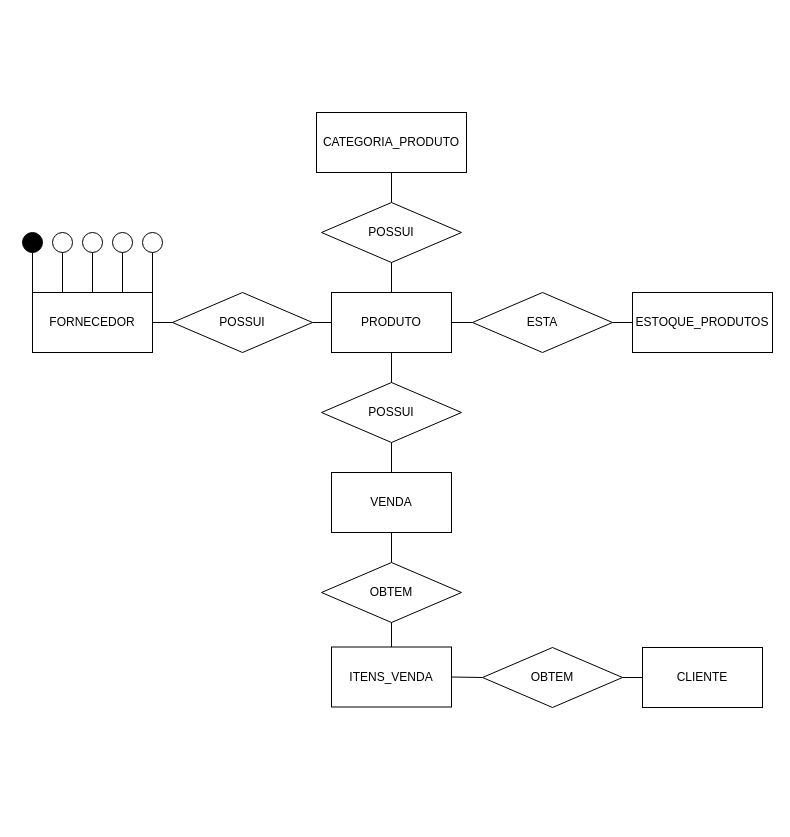
Before: Diagrama sem nome.drawio in Thiago163/Mundo_verde, a draw.io diagram. Source tidied: cells renumbered, new cells numbered last; positions are measured from the earlier drawing's top-left corner, leaving out a move shared by most shapes. Both pictures are drawn from the tidied source at 100%, with x=0, y=0 at pixel (22, 112).
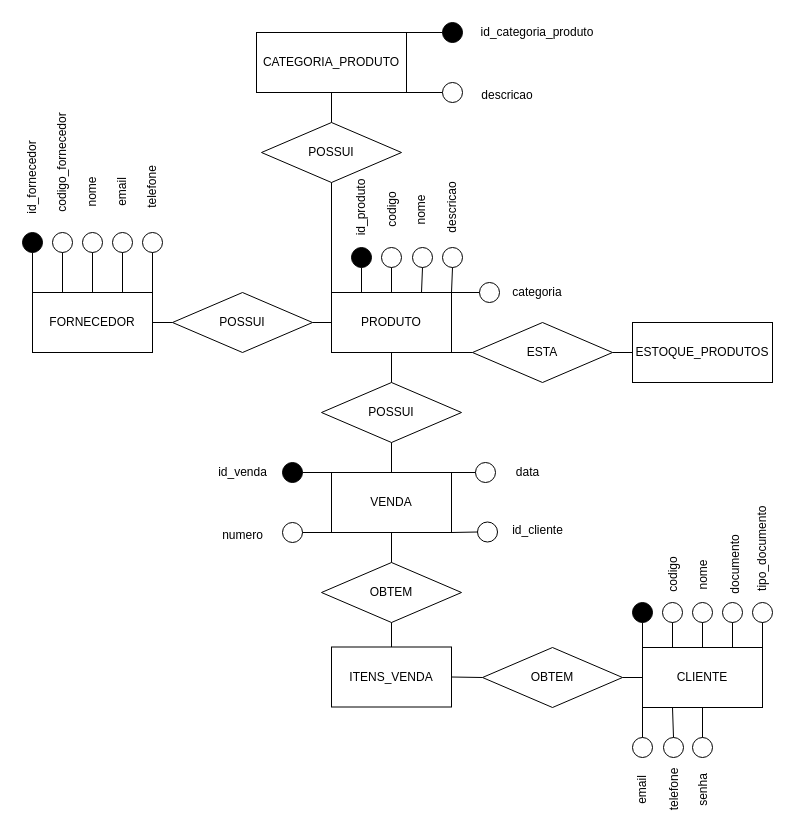
After the change.

The change refers to these unchanged cells:
```xml
<mxCell id="3" value="PRODUTO" style="rounded=0;whiteSpace=wrap;html=1;" parent="1" vertex="1">
  <mxGeometry x="309" y="180" width="120" height="60" as="geometry" />
</mxCell>
<mxCell id="4" value="CLIENTE" style="rounded=0;whiteSpace=wrap;html=1;" parent="1" vertex="1">
  <mxGeometry x="620" y="535" width="120" height="60" as="geometry" />
</mxCell>
<mxCell id="5" value="VENDA" style="rounded=0;whiteSpace=wrap;html=1;" parent="1" vertex="1">
  <mxGeometry x="309" y="360" width="120" height="60" as="geometry" />
</mxCell>
```

Change to the diagram source:
```diff
@@
     <mxCell id="7" value="ESTOQUE_PRODUTOS" style="rounded=0;whiteSpace=wrap;html=1;" parent="1" vertex="1">
-      <mxGeometry x="610" y="180" width="140" height="60" as="geometry" />
+      <mxGeometry x="610" y="210" width="140" height="60" as="geometry" />
     </mxCell>
     <mxCell id="8" value="CATEGORIA_PRODUTO" style="rounded=0;whiteSpace=wrap;html=1;" parent="1" vertex="1">
-      <mxGeometry x="294" width="150" height="60" as="geometry" />
+      <mxGeometry x="234" y="-80" width="150" height="60" as="geometry" />
     </mxCell>
     <mxCell id="9" value="POSSUI" style="rhombus;whiteSpace=wrap;html=1;" parent="1" vertex="1">
-      <mxGeometry x="299" y="90" width="140" height="60" as="geometry" />
+      <mxGeometry x="239" y="10" width="140" height="60" as="geometry" />
     </mxCell>
@@
     <mxCell id="12" value="ESTA" style="rhombus;whiteSpace=wrap;html=1;" parent="1" vertex="1">
-      <mxGeometry x="450" y="180" width="140" height="60" as="geometry" />
+      <mxGeometry x="450" y="210" width="140" height="60" as="geometry" />
     </mxCell>
@@
     <mxCell id="15" style="endArrow=none;html=1;rounded=0;entryX=0.5;entryY=1;entryDx=0;entryDy=0;" parent="1" edge="1" target="8">
       <mxGeometry relative="1" as="geometry">
-        <mxPoint x="369" y="90" as="sourcePoint" />
+        <mxPoint x="309" y="10" as="sourcePoint" />
       </mxGeometry>
     </mxCell>
-    <mxCell id="16" style="endArrow=none;html=1;rounded=0;entryX=0.5;entryY=1;entryDx=0;entryDy=0;exitX=0.5;exitY=0;exitDx=0;exitDy=0;" parent="1" edge="1" source="3" target="9">
-      <mxGeometry relative="1" as="geometry" />
-    </mxCell>
@@
-    <mxCell id="26" style="endArrow=none;html=1;rounded=0;exitX=1;exitY=0.5;exitDx=0;exitDy=0;entryX=0;entryY=0.5;entryDx=0;entryDy=0;" parent="1" edge="1" source="3" target="12">
-      <mxGeometry relative="1" as="geometry" />
-    </mxCell>
@@
+    <mxCell id="37" value="id_fornecedor" style="text;html=1;align=center;verticalAlign=middle;whiteSpace=wrap;rounded=0;rotation=-90;" parent="1" vertex="1">
+      <mxGeometry x="-30" y="50" width="80" height="30" as="geometry" />
+    </mxCell>
+    <mxCell id="38" value="codigo_fornecedor" style="text;html=1;align=center;verticalAlign=middle;whiteSpace=wrap;rounded=0;rotation=-90;" parent="1" vertex="1">
+      <mxGeometry x="-15" y="35" width="110" height="30" as="geometry" />
+    </mxCell>
+    <mxCell id="39" value="nome" style="text;html=1;align=center;verticalAlign=middle;whiteSpace=wrap;rounded=0;rotation=-90;" parent="1" vertex="1">
+      <mxGeometry x="42.5" y="65" width="55" height="30" as="geometry" />
+    </mxCell>
+    <mxCell id="40" value="email" style="text;html=1;align=center;verticalAlign=middle;whiteSpace=wrap;rounded=0;rotation=-90;" parent="1" vertex="1">
+      <mxGeometry x="72.5" y="65" width="55" height="30" as="geometry" />
+    </mxCell>
+    <mxCell id="41" value="telefone" style="text;html=1;align=center;verticalAlign=middle;whiteSpace=wrap;rounded=0;rotation=-90;" parent="1" vertex="1">
+      <mxGeometry x="102.5" y="60" width="55" height="30" as="geometry" />
+    </mxCell>
+    <mxCell id="42" style="ellipse;BlackSpace=wrap;html=1;fillColor=#000000;" parent="1" vertex="1">
+      <mxGeometry x="420" y="-90" width="20" height="20" as="geometry" />
+    </mxCell>
+    <mxCell id="43" style="ellipse;whiteSpace=wrap;html=1;" parent="1" vertex="1">
+      <mxGeometry x="420" y="-30" width="20" height="20" as="geometry" />
+    </mxCell>
+    <mxCell id="44" style="endArrow=none;html=1;rounded=0;exitX=0;exitY=0.5;exitDx=0;exitDy=0;entryX=1;entryY=0;entryDx=0;entryDy=0;" parent="1" edge="1" source="42" target="8">
+      <mxGeometry relative="1" as="geometry" />
+    </mxCell>
+    <mxCell id="45" style="endArrow=none;html=1;rounded=0;exitX=1;exitY=1;exitDx=0;exitDy=0;entryX=0;entryY=0.5;entryDx=0;entryDy=0;" parent="1" edge="1" source="8" target="43">
+      <mxGeometry relative="1" as="geometry" />
+    </mxCell>
+    <mxCell id="46" value="id_categoria_produto" style="text;html=1;align=center;verticalAlign=middle;whiteSpace=wrap;rounded=0;" parent="1" vertex="1">
+      <mxGeometry x="450" y="-95" width="130" height="30" as="geometry" />
+    </mxCell>
+    <mxCell id="47" value="descricao" style="text;html=1;align=center;verticalAlign=middle;whiteSpace=wrap;rounded=0;" parent="1" vertex="1">
+      <mxGeometry x="440" y="-30" width="90" height="25" as="geometry" />
+    </mxCell>
+    <mxCell id="16" style="endArrow=none;html=1;rounded=0;entryX=0.5;entryY=1;entryDx=0;entryDy=0;exitX=0;exitY=0;exitDx=0;exitDy=0;" parent="1" edge="1" source="3" target="9">
+      <mxGeometry relative="1" as="geometry" />
+    </mxCell>
+    <mxCell id="48" style="ellipse;BlackSpace=wrap;html=1;fillColor=#000000;" parent="1" vertex="1">
+      <mxGeometry x="329" y="135" width="20" height="20" as="geometry" />
+    </mxCell>
+    <mxCell id="49" style="endArrow=none;html=1;rounded=0;entryX=0.5;entryY=1;entryDx=0;entryDy=0;exitX=0.25;exitY=0;exitDx=0;exitDy=0;" parent="1" edge="1" source="3" target="48">
+      <mxGeometry relative="1" as="geometry" />
+    </mxCell>
+    <mxCell id="50" style="ellipse;whiteSpace=wrap;html=1;" parent="1" vertex="1">
+      <mxGeometry x="359" y="135" width="20" height="20" as="geometry" />
+    </mxCell>
+    <mxCell id="51" style="endArrow=none;html=1;rounded=0;entryX=0.5;entryY=1;entryDx=0;entryDy=0;exitX=0.5;exitY=0;exitDx=0;exitDy=0;" parent="1" edge="1" source="3" target="50">
+      <mxGeometry relative="1" as="geometry" />
+    </mxCell>
+    <mxCell id="52" style="ellipse;whiteSpace=wrap;html=1;" parent="1" vertex="1">
+      <mxGeometry x="390" y="135" width="20" height="20" as="geometry" />
+    </mxCell>
+    <mxCell id="53" style="endArrow=none;html=1;rounded=0;entryX=0.5;entryY=1;entryDx=0;entryDy=0;exitX=0.75;exitY=0;exitDx=0;exitDy=0;" parent="1" edge="1" source="3" target="52">
+      <mxGeometry relative="1" as="geometry" />
+    </mxCell>
+    <mxCell id="54" style="ellipse;whiteSpace=wrap;html=1;" parent="1" vertex="1">
+      <mxGeometry x="420" y="135" width="20" height="20" as="geometry" />
+    </mxCell>
+    <mxCell id="55" style="endArrow=none;html=1;rounded=0;entryX=0.5;entryY=1;entryDx=0;entryDy=0;exitX=1;exitY=0;exitDx=0;exitDy=0;" parent="1" edge="1" source="3" target="54">
+      <mxGeometry relative="1" as="geometry" />
+    </mxCell>
+    <mxCell id="56" value="id_produto" style="text;html=1;align=center;verticalAlign=middle;whiteSpace=wrap;rounded=0;rotation=-90;" parent="1" vertex="1">
+      <mxGeometry x="299" y="80" width="80" height="30" as="geometry" />
+    </mxCell>
+    <mxCell id="57" value="codigo" style="text;html=1;align=center;verticalAlign=middle;whiteSpace=wrap;rounded=0;rotation=-90;" parent="1" vertex="1">
+      <mxGeometry x="338.5" y="85" width="61" height="25" as="geometry" />
+    </mxCell>
+    <mxCell id="58" value="nome" style="text;html=1;align=center;verticalAlign=middle;whiteSpace=wrap;rounded=0;rotation=-90;" parent="1" vertex="1">
+      <mxGeometry x="368" y="85" width="61" height="25" as="geometry" />
+    </mxCell>
+    <mxCell id="59" value="descricao" style="text;html=1;align=center;verticalAlign=middle;whiteSpace=wrap;rounded=0;rotation=-90;" parent="1" vertex="1">
+      <mxGeometry x="399" y="82.5" width="61" height="25" as="geometry" />
+    </mxCell>
+    <mxCell id="26" style="endArrow=none;html=1;rounded=0;entryX=0;entryY=0.5;entryDx=0;entryDy=0;exitX=1;exitY=1;exitDx=0;exitDy=0;" parent="1" edge="1" source="3" target="12">
+      <mxGeometry relative="1" as="geometry" />
+    </mxCell>
+    <mxCell id="60" style="ellipse;whiteSpace=wrap;html=1;" parent="1" vertex="1">
+      <mxGeometry x="457" y="170" width="20" height="20" as="geometry" />
+    </mxCell>
+    <mxCell id="61" style="endArrow=none;html=1;rounded=0;entryX=0;entryY=0.5;entryDx=0;entryDy=0;exitX=1;exitY=0;exitDx=0;exitDy=0;" parent="1" edge="1" source="3" target="60">
+      <mxGeometry relative="1" as="geometry" />
+    </mxCell>
+    <mxCell id="62" value="categoria" style="text;html=1;align=center;verticalAlign=middle;whiteSpace=wrap;rounded=0;" parent="1" vertex="1">
+      <mxGeometry x="470" y="167.5" width="90" height="25" as="geometry" />
+    </mxCell>
+    <mxCell id="63" style="ellipse;BlackSpace=wrap;html=1;fillColor=#000000;" parent="1" vertex="1">
+      <mxGeometry x="610" y="490" width="20" height="20" as="geometry" />
+    </mxCell>
+    <mxCell id="64" style="ellipse;whiteSpace=wrap;html=1;" parent="1" vertex="1">
+      <mxGeometry x="640" y="490" width="20" height="20" as="geometry" />
+    </mxCell>
+    <mxCell id="65" value="id_venda" style="text;html=1;align=center;verticalAlign=middle;whiteSpace=wrap;rounded=0;rotation=0;" parent="1" vertex="1">
+      <mxGeometry x="189.5" y="347.5" width="61" height="25" as="geometry" />
+    </mxCell>
+    <mxCell id="66" style="endArrow=none;html=1;rounded=0;exitX=0;exitY=0;exitDx=0;exitDy=0;entryX=0.5;entryY=1;entryDx=0;entryDy=0;" parent="1" edge="1" source="4" target="63">
+      <mxGeometry relative="1" as="geometry" />
+    </mxCell>
+    <mxCell id="67" style="endArrow=none;html=1;rounded=0;entryX=0.5;entryY=1;entryDx=0;entryDy=0;exitX=0.25;exitY=0;exitDx=0;exitDy=0;" parent="1" edge="1" source="4" target="64">
+      <mxGeometry relative="1" as="geometry" />
+    </mxCell>
+    <mxCell id="68" value="codigo" style="text;html=1;align=center;verticalAlign=middle;whiteSpace=wrap;rounded=0;rotation=-90;" parent="1" vertex="1">
+      <mxGeometry x="619.5" y="450" width="61" height="25" as="geometry" />
+    </mxCell>
+    <mxCell id="69" style="ellipse;whiteSpace=wrap;html=1;" parent="1" vertex="1">
+      <mxGeometry x="670" y="490" width="20" height="20" as="geometry" />
+    </mxCell>
+    <mxCell id="70" style="endArrow=none;html=1;rounded=0;entryX=0.5;entryY=1;entryDx=0;entryDy=0;exitX=0.5;exitY=0;exitDx=0;exitDy=0;" parent="1" edge="1" source="4" target="69">
+      <mxGeometry relative="1" as="geometry" />
+    </mxCell>
+    <mxCell id="71" style="ellipse;whiteSpace=wrap;html=1;" parent="1" vertex="1">
+      <mxGeometry x="700" y="490" width="20" height="20" as="geometry" />
+    </mxCell>
+    <mxCell id="72" style="endArrow=none;html=1;rounded=0;entryX=0.5;entryY=1;entryDx=0;entryDy=0;exitX=0.75;exitY=0;exitDx=0;exitDy=0;" parent="1" edge="1" source="4" target="71">
+      <mxGeometry relative="1" as="geometry" />
+    </mxCell>
+    <mxCell id="73" style="ellipse;whiteSpace=wrap;html=1;" parent="1" vertex="1">
+      <mxGeometry x="730" y="490" width="20" height="20" as="geometry" />
+    </mxCell>
+    <mxCell id="74" style="endArrow=none;html=1;rounded=0;entryX=0.5;entryY=1;entryDx=0;entryDy=0;exitX=1;exitY=0;exitDx=0;exitDy=0;" parent="1" edge="1" source="4" target="73">
+      <mxGeometry relative="1" as="geometry" />
+    </mxCell>
+    <mxCell id="75" style="ellipse;whiteSpace=wrap;html=1;" parent="1" vertex="1">
+      <mxGeometry x="610" y="625" width="20" height="20" as="geometry" />
+    </mxCell>
+    <mxCell id="76" style="ellipse;whiteSpace=wrap;html=1;" parent="1" vertex="1">
+      <mxGeometry x="641" y="625" width="20" height="20" as="geometry" />
+    </mxCell>
+    <mxCell id="77" style="endArrow=none;html=1;rounded=0;entryX=0;entryY=1;entryDx=0;entryDy=0;exitX=0.5;exitY=0;exitDx=0;exitDy=0;" parent="1" edge="1" source="75" target="4">
+      <mxGeometry relative="1" as="geometry" />
+    </mxCell>
+    <mxCell id="78" style="endArrow=none;html=1;rounded=0;entryX=0.25;entryY=1;entryDx=0;entryDy=0;exitX=0.5;exitY=0;exitDx=0;exitDy=0;" parent="1" edge="1" source="76" target="4">
+      <mxGeometry relative="1" as="geometry" />
+    </mxCell>
+    <mxCell id="79" value="nome" style="text;html=1;align=center;verticalAlign=middle;whiteSpace=wrap;rounded=0;rotation=-90;" parent="1" vertex="1">
+      <mxGeometry x="650" y="450" width="61" height="25" as="geometry" />
+    </mxCell>
+    <mxCell id="80" value="documento" style="text;html=1;align=center;verticalAlign=middle;whiteSpace=wrap;rounded=0;rotation=-90;" parent="1" vertex="1">
+      <mxGeometry x="671.5" y="442.5" width="81" height="20" as="geometry" />
+    </mxCell>
+    <mxCell id="81" value="tipo_documento" style="text;html=1;align=center;verticalAlign=middle;whiteSpace=wrap;rounded=0;rotation=-90;" parent="1" vertex="1">
+      <mxGeometry x="690" y="427.5" width="100" height="17.5" as="geometry" />
+    </mxCell>
+    <mxCell id="82" value="email" style="text;html=1;align=center;verticalAlign=middle;whiteSpace=wrap;rounded=0;rotation=-90;" parent="1" vertex="1">
+      <mxGeometry x="589" y="665" width="61" height="25" as="geometry" />
+    </mxCell>
+    <mxCell id="83" value="telefone" style="text;html=1;align=center;verticalAlign=middle;whiteSpace=wrap;rounded=0;rotation=-90;" parent="1" vertex="1">
+      <mxGeometry x="620.5" y="665" width="61" height="25" as="geometry" />
+    </mxCell>
+    <mxCell id="84" style="ellipse;whiteSpace=wrap;html=1;" parent="1" vertex="1">
+      <mxGeometry x="670" y="625" width="20" height="20" as="geometry" />
+    </mxCell>
+    <mxCell id="85" style="endArrow=none;html=1;rounded=0;entryX=0.5;entryY=1;entryDx=0;entryDy=0;exitX=0.5;exitY=0;exitDx=0;exitDy=0;" parent="1" edge="1" source="84" target="4">
+      <mxGeometry relative="1" as="geometry" />
+    </mxCell>
+    <mxCell id="86" value="senha" style="text;html=1;align=center;verticalAlign=middle;whiteSpace=wrap;rounded=0;rotation=-90;" parent="1" vertex="1">
+      <mxGeometry x="650" y="665" width="61" height="25" as="geometry" />
+    </mxCell>
+    <mxCell id="87" style="ellipse;BlackSpace=wrap;html=1;fillColor=#000000;" parent="1" vertex="1">
+      <mxGeometry x="260" y="350" width="20" height="20" as="geometry" />
+    </mxCell>
+    <mxCell id="88" style="ellipse;whiteSpace=wrap;html=1;" parent="1" vertex="1">
+      <mxGeometry x="260" y="410" width="20" height="20" as="geometry" />
+    </mxCell>
+    <mxCell id="89" style="ellipse;whiteSpace=wrap;html=1;" parent="1" vertex="1">
+      <mxGeometry x="453" y="350" width="20" height="20" as="geometry" />
+    </mxCell>
+    <mxCell id="90" style="ellipse;whiteSpace=wrap;html=1;" parent="1" vertex="1">
+      <mxGeometry x="455" y="409.5" width="20" height="20" as="geometry" />
+    </mxCell>
+    <mxCell id="91" style="endArrow=none;html=1;rounded=0;entryX=1;entryY=0.5;entryDx=0;entryDy=0;exitX=0;exitY=0;exitDx=0;exitDy=0;" parent="1" edge="1" source="5" target="87">
+      <mxGeometry relative="1" as="geometry" />
+    </mxCell>
+    <mxCell id="92" style="endArrow=none;html=1;rounded=0;entryX=0;entryY=1;entryDx=0;entryDy=0;exitX=1;exitY=0.5;exitDx=0;exitDy=0;" parent="1" edge="1" source="88" target="5">
+      <mxGeometry relative="1" as="geometry" />
+    </mxCell>
+    <mxCell id="93" style="endArrow=none;html=1;rounded=0;entryX=0;entryY=0.5;entryDx=0;entryDy=0;exitX=1;exitY=0;exitDx=0;exitDy=0;" parent="1" edge="1" source="5" target="89">
+      <mxGeometry relative="1" as="geometry" />
+    </mxCell>
+    <mxCell id="94" style="endArrow=none;html=1;rounded=0;entryX=0;entryY=0.5;entryDx=0;entryDy=0;exitX=1;exitY=1;exitDx=0;exitDy=0;" parent="1" edge="1" source="5" target="90">
+      <mxGeometry relative="1" as="geometry" />
+    </mxCell>
+    <mxCell id="95" value="numero" style="text;html=1;align=center;verticalAlign=middle;whiteSpace=wrap;rounded=0;rotation=0;" parent="1" vertex="1">
+      <mxGeometry x="189.5" y="410" width="61" height="25" as="geometry" />
+    </mxCell>
+    <mxCell id="96" value="data" style="text;html=1;align=center;verticalAlign=middle;whiteSpace=wrap;rounded=0;rotation=0;" parent="1" vertex="1">
+      <mxGeometry x="475" y="347.5" width="61" height="25" as="geometry" />
+    </mxCell>
+    <mxCell id="97" value="id_cliente" style="text;html=1;align=center;verticalAlign=middle;whiteSpace=wrap;rounded=0;rotation=0;" parent="1" vertex="1">
+      <mxGeometry x="484.5" y="405" width="61" height="25" as="geometry" />
+    </mxCell>
```
